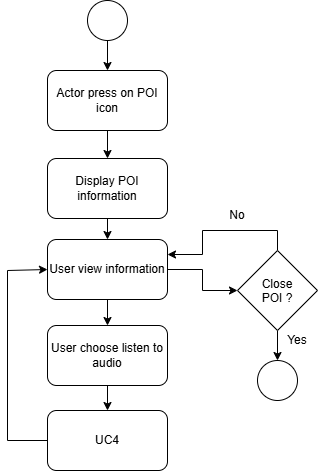
Above: PRD/User story/Diagrams/UC3_Activity.png in Noir-Goose/Nhom5_CNPM (draw.io), before the change. Source tidied: cells renumbered, new cells last; positions are measured from the earlier drawing's top-left corner, leaving out a move shared by most shapes.
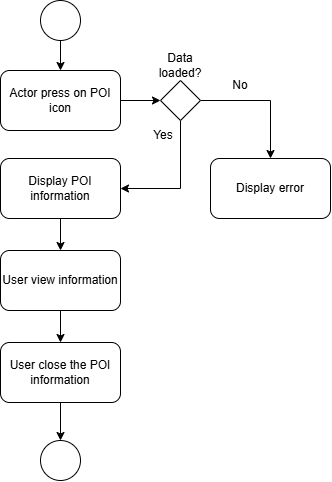
Above is the later version.

Diff of the diagram source:
```diff
@@ -5,6 +5,9 @@
     <mxCell id="2" style="ellipse;whiteSpace=wrap;html=1;shapeInside=1;" parent="1" vertex="1">
       <mxGeometry x="80" width="40" height="40" as="geometry" />
     </mxCell>
+    <mxCell id="21" style="edgeStyle=orthogonalEdgeStyle;rounded=0;jettySize=auto;html=1;exitX=1;exitY=0.5;exitDx=0;exitDy=0;entryX=0;entryY=0.5;entryDx=0;entryDy=0;" parent="1" edge="1" source="3" target="26">
+      <mxGeometry relative="1" as="geometry" />
+    </mxCell>
     <mxCell id="3" value="Actor press on POI icon" style="rounded=1;whiteSpace=wrap;html=1;" parent="1" vertex="1">
       <mxGeometry x="40" y="70" width="120" height="60" as="geometry" />
     </mxCell>
@@ -14,55 +17,44 @@
     <mxCell id="5" value="Display POI information" style="rounded=1;whiteSpace=wrap;html=1;" parent="1" vertex="1">
       <mxGeometry x="40" y="158" width="120" height="60" as="geometry" />
     </mxCell>
-    <mxCell id="6" value="User choose listen to audio" style="rounded=1;whiteSpace=wrap;html=1;" parent="1" vertex="1">
-      <mxGeometry x="40" y="325" width="120" height="60" as="geometry" />
-    </mxCell>
-    <mxCell id="7" value="UC4" style="rounded=1;whiteSpace=wrap;html=1;" parent="1" vertex="1">
-      <mxGeometry x="40" y="410" width="120" height="60" as="geometry" />
-    </mxCell>
-    <mxCell id="8" style="edgeStyle=orthogonalEdgeStyle;rounded=0;jettySize=auto;html=1;exitX=0.5;exitY=1;exitDx=0;exitDy=0;entryX=0.5;entryY=0;entryDx=0;entryDy=0;" parent="1" edge="1" source="10" target="11">
-      <mxGeometry relative="1" as="geometry" />
-    </mxCell>
-    <mxCell id="9" style="edgeStyle=orthogonalEdgeStyle;rounded=0;jettySize=auto;html=1;exitX=0.5;exitY=0;exitDx=0;exitDy=0;entryX=1;entryY=0.25;entryDx=0;entryDy=0;" parent="1" edge="1" source="10" target="20">
-      <mxGeometry relative="1" as="geometry" />
-    </mxCell>
-    <mxCell id="10" value="Close POI ?" style="rhombus;whiteSpace=wrap;html=1;shapeInside=1;" parent="1" vertex="1">
-      <mxGeometry x="230" y="250" width="80" height="80" as="geometry" />
-    </mxCell>
     <mxCell id="11" style="ellipse;whiteSpace=wrap;html=1;shapeInside=1;" parent="1" vertex="1">
-      <mxGeometry x="250" y="360" width="40" height="40" as="geometry" />
+      <mxGeometry x="80" y="440" width="40" height="40" as="geometry" />
     </mxCell>
-    <mxCell id="12" style="endArrow=classic;html=1;rounded=0;exitX=0;exitY=0.5;exitDx=0;exitDy=0;entryX=0;entryY=0.5;entryDx=0;entryDy=0;" parent="1" edge="1" source="7" target="20">
-      <mxGeometry relative="1" as="geometry">
-        <Array as="points">
-          <mxPoint y="440" />
-          <mxPoint y="270" />
-        </Array>
-      </mxGeometry>
-    </mxCell>
+    <mxCell id="16" style="endArrow=classic;html=1;rounded=0;exitX=0.5;exitY=1;exitDx=0;exitDy=0;entryX=0.5;entryY=0;entryDx=0;entryDy=0;" parent="1" edge="1" source="2" target="3">
+      <mxGeometry relative="1" as="geometry" />
+    </mxCell>
+    <mxCell id="17" style="endArrow=classic;html=1;rounded=0;entryX=0.5;entryY=0;entryDx=0;entryDy=0;exitX=0.5;exitY=1;exitDx=0;exitDy=0;" parent="1" edge="1" source="20" target="23">
+      <mxGeometry relative="1" as="geometry" />
+    </mxCell>
+    <mxCell id="20" value="User view information" style="rounded=1;whiteSpace=wrap;html=1;" parent="1" vertex="1">
+      <mxGeometry x="40" y="250" width="120" height="60" as="geometry" />
+    </mxCell>
+    <mxCell id="22" style="edgeStyle=orthogonalEdgeStyle;rounded=0;jettySize=auto;html=1;exitX=0.5;exitY=1;exitDx=0;exitDy=0;entryX=0.5;entryY=0;entryDx=0;entryDy=0;" parent="1" edge="1" source="23" target="11">
+      <mxGeometry relative="1" as="geometry" />
+    </mxCell>
+    <mxCell id="23" value="User close the POI information" style="rounded=1;whiteSpace=wrap;html=1;roundedPerimeter=1;" parent="1" vertex="1">
+      <mxGeometry x="40" y="342" width="120" height="60" as="geometry" />
+    </mxCell>
+    <mxCell id="24" style="edgeStyle=orthogonalEdgeStyle;rounded=0;jettySize=auto;html=1;exitX=0.5;exitY=1;exitDx=0;exitDy=0;entryX=1;entryY=0.5;entryDx=0;entryDy=0;" parent="1" edge="1" source="26" target="5">
+      <mxGeometry relative="1" as="geometry" />
+    </mxCell>
+    <mxCell id="25" style="edgeStyle=orthogonalEdgeStyle;rounded=0;jettySize=auto;html=1;exitX=1;exitY=0.5;exitDx=0;exitDy=0;entryX=0.5;entryY=0;entryDx=0;entryDy=0;" parent="1" edge="1" source="26" target="28">
+      <mxGeometry relative="1" as="geometry" />
+    </mxCell>
+    <mxCell id="26" style="rhombus;whiteSpace=wrap;html=1;shapeInside=1;" parent="1" vertex="1">
+      <mxGeometry x="200" y="80" width="40" height="40" as="geometry" />
+    </mxCell>
+    <mxCell id="27" value="Data loaded?" style="text;html=1;whiteSpace=wrap;strokeColor=none;fillColor=none;align=center;verticalAlign=middle;rounded=0;" parent="1" vertex="1">
+      <mxGeometry x="190" y="50" width="60" height="30" as="geometry" />
+    </mxCell>
+    <mxCell id="28" value="Display error" style="rounded=1;whiteSpace=wrap;html=1;roundedPerimeter=1;" parent="1" vertex="1">
+      <mxGeometry x="250" y="158" width="120" height="60" as="geometry" />
+    </mxCell>
     <mxCell id="13" value="Yes" style="text;html=1;whiteSpace=wrap;strokeColor=none;fillColor=none;align=center;verticalAlign=middle;rounded=0;" parent="1" vertex="1">
-      <mxGeometry x="260" y="325" width="60" height="30" as="geometry" />
+      <mxGeometry x="173" y="120" width="60" height="30" as="geometry" />
     </mxCell>
     <mxCell id="14" value="No" style="text;html=1;whiteSpace=wrap;strokeColor=none;fillColor=none;align=center;verticalAlign=middle;rounded=0;" parent="1" vertex="1">
-      <mxGeometry x="200" y="200" width="60" height="30" as="geometry" />
+      <mxGeometry x="250" y="70" width="60" height="30" as="geometry" />
     </mxCell>
-    <mxCell id="15" style="endArrow=classic;html=1;rounded=0;exitX=0.5;exitY=1;exitDx=0;exitDy=0;entryX=0.5;entryY=0;entryDx=0;entryDy=0;" parent="1" edge="1" source="3" target="5">
-      <mxGeometry relative="1" as="geometry" />
-    </mxCell>
-    <mxCell id="16" style="endArrow=classic;html=1;rounded=0;exitX=0.5;exitY=1;exitDx=0;exitDy=0;entryX=0.5;entryY=0;entryDx=0;entryDy=0;" parent="1" edge="1" source="2" target="3">
-      <mxGeometry relative="1" as="geometry" />
-    </mxCell>
-    <mxCell id="17" style="endArrow=classic;html=1;rounded=0;entryX=0.5;entryY=0;entryDx=0;entryDy=0;exitX=0.5;exitY=1;exitDx=0;exitDy=0;" parent="1" edge="1" source="20" target="6">
-      <mxGeometry relative="1" as="geometry" />
-    </mxCell>
-    <mxCell id="18" style="endArrow=classic;html=1;rounded=0;exitX=0.5;exitY=1;exitDx=0;exitDy=0;entryX=0.5;entryY=0;entryDx=0;entryDy=0;" parent="1" edge="1" source="6" target="7">
-      <mxGeometry relative="1" as="geometry" />
-    </mxCell>
-    <mxCell id="19" style="edgeStyle=orthogonalEdgeStyle;rounded=0;jettySize=auto;html=1;exitX=1;exitY=0.5;exitDx=0;exitDy=0;entryX=0;entryY=0.5;entryDx=0;entryDy=0;" parent="1" edge="1" source="20" target="10">
-      <mxGeometry relative="1" as="geometry" />
-    </mxCell>
-    <mxCell id="20" value="User view information" style="rounded=1;whiteSpace=wrap;html=1;" parent="1" vertex="1">
-      <mxGeometry x="40" y="239" width="120" height="60" as="geometry" />
-    </mxCell>
   </root>
 </mxGraphModel>
```
